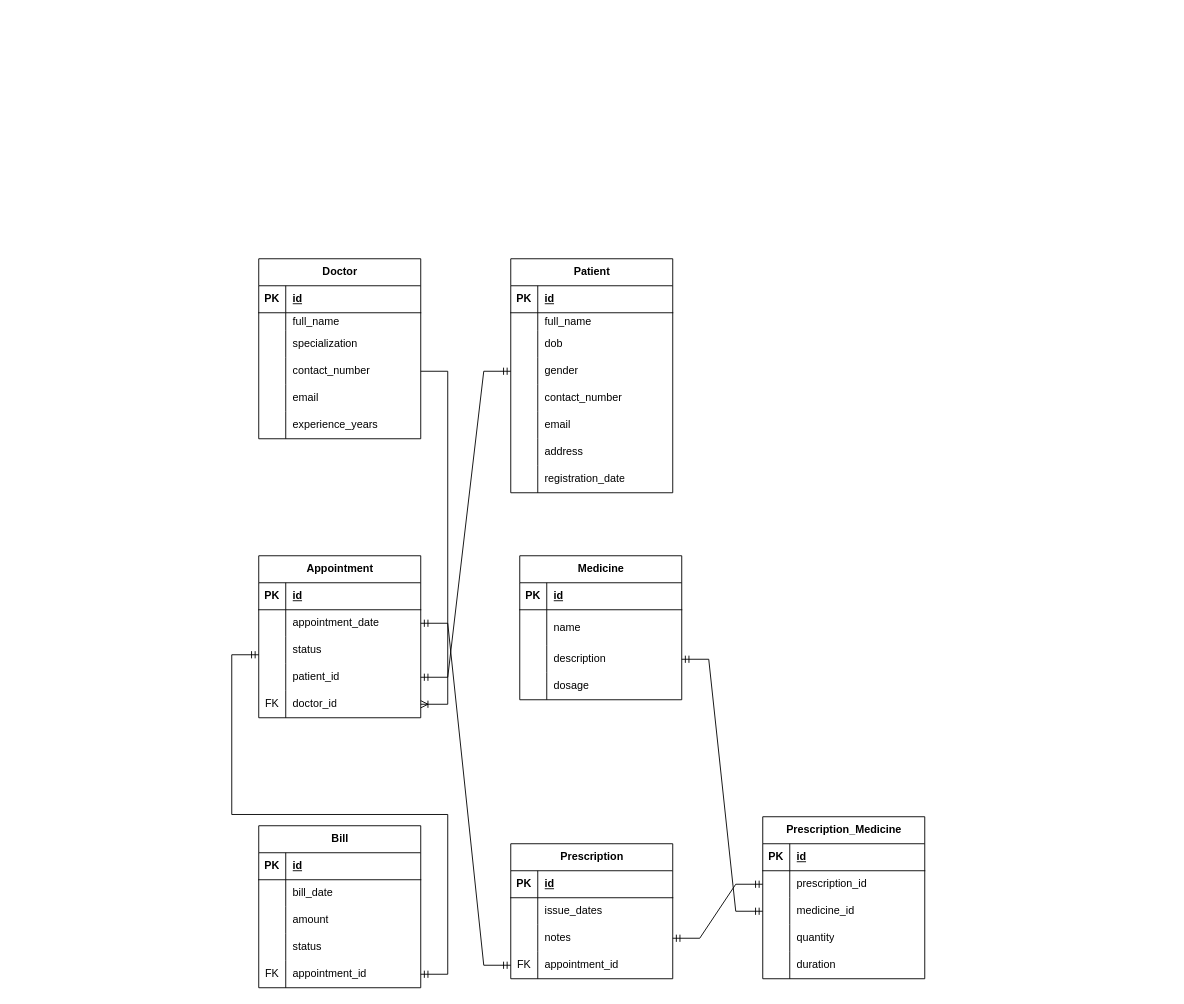
The draw.io diagram Untitled Diagram.drawio in trinshika/Relationship, before the edit. Source tidied: cells renumbered, new cells numbered last; positions are measured from the earlier drawing's top-left corner, leaving out a move shared by most shapes. Both pictures are drawn from the tidied source at 90%, with x=0, y=0 at pixel (141, 258).
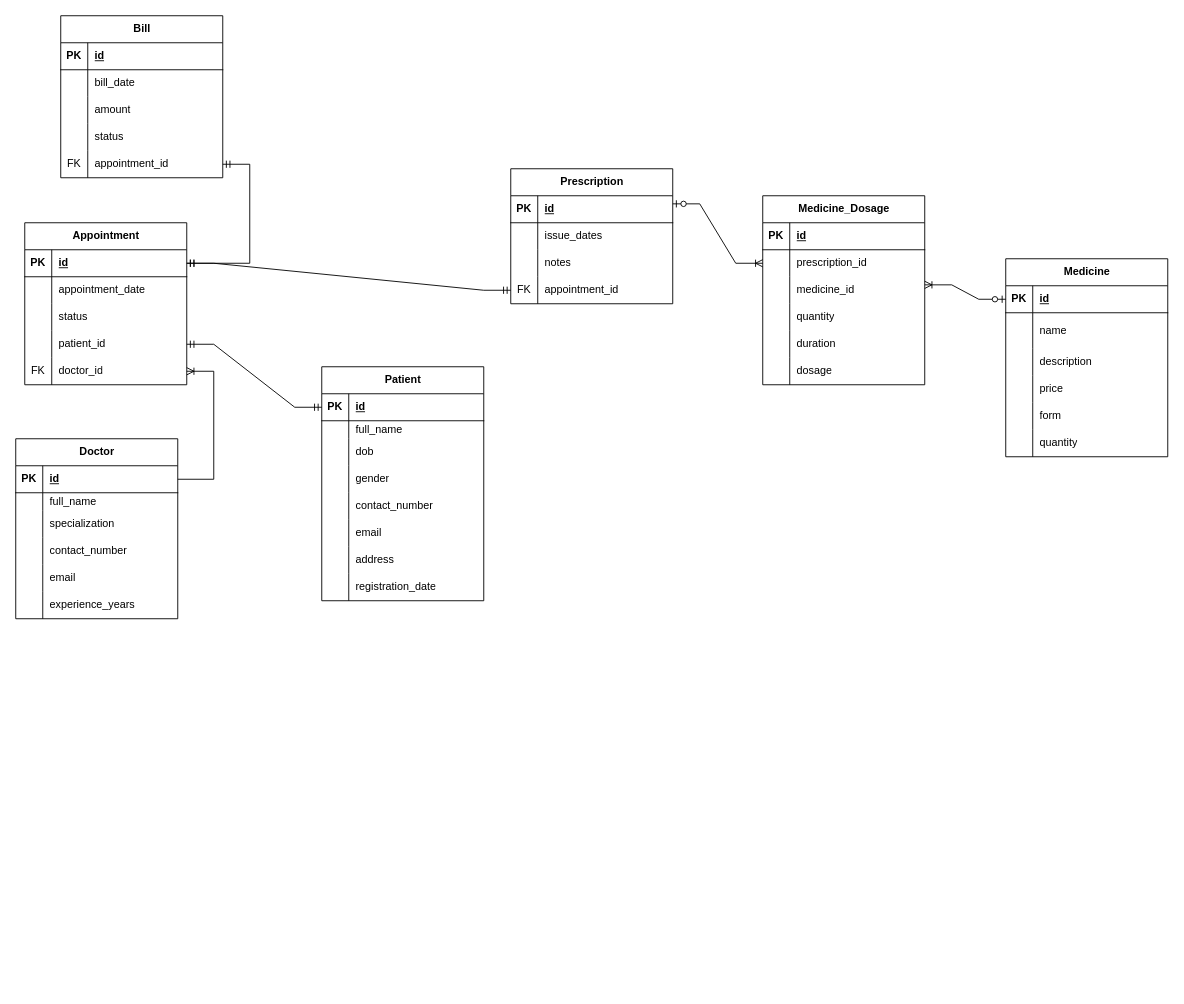
After the change.

The change refers to these unchanged cells:
```xml
<mxCell id="3" style="shape=tableRow;horizontal=0;startSize=0;swimlaneHead=0;swimlaneBody=0;fillColor=none;points=[[0,0.5],[1,0.5]];portConstraint=eastwest;top=0;left=0;right=0;bottom=1;" parent="2" vertex="1">
  <mxGeometry y="30" width="180" height="30" as="geometry" />
</mxCell>
<mxCell id="12" style="shape=tableRow;horizontal=0;startSize=0;swimlaneHead=0;swimlaneBody=0;fillColor=none;points=[[0,0.5],[1,0.5]];portConstraint=eastwest;top=0;left=0;right=0;bottom=0;" parent="2" vertex="1">
  <mxGeometry y="110" width="180" height="30" as="geometry" />
</mxCell>
<mxCell id="28" style="shape=tableRow;horizontal=0;startSize=0;swimlaneHead=0;swimlaneBody=0;fillColor=none;points=[[0,0.5],[1,0.5]];portConstraint=eastwest;top=0;left=0;right=0;bottom=1;" parent="27" vertex="1">
  <mxGeometry y="30" width="180" height="30" as="geometry" />
</mxCell>
<mxCell id="37" style="shape=tableRow;horizontal=0;startSize=0;swimlaneHead=0;swimlaneBody=0;fillColor=none;points=[[0,0.5],[1,0.5]];portConstraint=eastwest;top=0;left=0;right=0;bottom=0;" parent="27" vertex="1">
  <mxGeometry y="110" width="180" height="30" as="geometry" />
</mxCell>
<mxCell id="47" style="shape=tableRow;horizontal=0;startSize=0;swimlaneHead=0;swimlaneBody=0;fillColor=none;points=[[0,0.5],[1,0.5]];portConstraint=eastwest;top=0;left=0;right=0;bottom=1;" parent="46" vertex="1">
  <mxGeometry y="30" width="180" height="30" as="geometry" />
</mxCell>
<mxCell id="50" style="shape=tableRow;horizontal=0;startSize=0;swimlaneHead=0;swimlaneBody=0;fillColor=none;points=[[0,0.5],[1,0.5]];portConstraint=eastwest;top=0;left=0;right=0;bottom=0;" parent="46" vertex="1">
  <mxGeometry y="60" width="180" height="30" as="geometry" />
</mxCell>
<mxCell id="56" style="shape=tableRow;horizontal=0;startSize=0;swimlaneHead=0;swimlaneBody=0;fillColor=none;points=[[0,0.5],[1,0.5]];portConstraint=eastwest;top=0;left=0;right=0;bottom=0;" parent="46" vertex="1">
  <mxGeometry y="120" width="180" height="30" as="geometry" />
</mxCell>
<mxCell id="59" style="shape=tableRow;horizontal=0;startSize=0;swimlaneHead=0;swimlaneBody=0;fillColor=none;points=[[0,0.5],[1,0.5]];portConstraint=eastwest;top=0;left=0;right=0;bottom=0;" parent="46" vertex="1">
  <mxGeometry y="150" width="180" height="30" as="geometry" />
</mxCell>
<mxCell id="63" style="shape=tableRow;horizontal=0;startSize=0;swimlaneHead=0;swimlaneBody=0;fillColor=none;points=[[0,0.5],[1,0.5]];portConstraint=eastwest;top=0;left=0;right=0;bottom=1;" parent="62" vertex="1">
  <mxGeometry y="30" width="180" height="30" as="geometry" />
</mxCell>
<mxCell id="69" style="shape=tableRow;horizontal=0;startSize=0;swimlaneHead=0;swimlaneBody=0;fillColor=none;points=[[0,0.5],[1,0.5]];portConstraint=eastwest;top=0;left=0;right=0;bottom=0;" parent="62" vertex="1">
  <mxGeometry y="90" width="180" height="30" as="geometry" />
</mxCell>
<mxCell id="72" style="shape=tableRow;horizontal=0;startSize=0;swimlaneHead=0;swimlaneBody=0;fillColor=none;points=[[0,0.5],[1,0.5]];portConstraint=eastwest;top=0;left=0;right=0;bottom=0;" parent="62" vertex="1">
  <mxGeometry y="120" width="180" height="30" as="geometry" />
</mxCell>
<mxCell id="76" style="shape=tableRow;horizontal=0;startSize=0;swimlaneHead=0;swimlaneBody=0;fillColor=none;points=[[0,0.5],[1,0.5]];portConstraint=eastwest;top=0;left=0;right=0;bottom=1;" parent="75" vertex="1">
  <mxGeometry y="30" width="180" height="30" as="geometry" />
</mxCell>
<mxCell id="82" style="shape=tableRow;horizontal=0;startSize=0;swimlaneHead=0;swimlaneBody=0;fillColor=none;points=[[0,0.5],[1,0.5]];portConstraint=eastwest;top=0;left=0;right=0;bottom=0;" parent="75" vertex="1">
  <mxGeometry y="100" width="180" height="30" as="geometry" />
</mxCell>
<mxCell id="85" style="shape=tableRow;horizontal=0;startSize=0;swimlaneHead=0;swimlaneBody=0;fillColor=none;top=0;left=0;right=0;bottom=0;" parent="75" vertex="1">
  <mxGeometry y="130" width="180" height="30" as="geometry" />
</mxCell>
<mxCell id="92" style="shape=tableRow;horizontal=0;startSize=0;swimlaneHead=0;swimlaneBody=0;fillColor=none;points=[[0,0.5],[1,0.5]];portConstraint=eastwest;top=0;left=0;right=0;bottom=0;" parent="88" vertex="1">
  <mxGeometry y="60" width="180" height="30" as="geometry" />
</mxCell>
<mxCell id="95" style="shape=tableRow;horizontal=0;startSize=0;swimlaneHead=0;swimlaneBody=0;fillColor=none;points=[[0,0.5],[1,0.5]];portConstraint=eastwest;top=0;left=0;right=0;bottom=0;" parent="88" vertex="1">
  <mxGeometry y="90" width="180" height="30" as="geometry" />
</mxCell>
<mxCell id="117" style="shape=tableRow;horizontal=0;startSize=0;swimlaneHead=0;swimlaneBody=0;fillColor=none;points=[[0,0.5],[1,0.5]];portConstraint=eastwest;top=0;left=0;right=0;bottom=0;" parent="104" vertex="1">
  <mxGeometry y="150" width="180" height="30" as="geometry" />
</mxCell>
```

The edit, as a diff of the source:
```diff
@@
     <mxCell id="2" value="Patient" style="shape=table;startSize=30;childLayout=tableLayout;rowLines=0;fontStyle=1;align=center;html=1;" parent="1" vertex="1">
-      <mxGeometry x="410" width="180" height="260" as="geometry" />
+      <mxGeometry x="200" y="120" width="180" height="260" as="geometry" />
     </mxCell>
@@
     <mxCell id="27" value="Doctor" style="shape=table;startSize=30;childLayout=tableLayout;rowLines=0;fontStyle=1;align=center;html=1;" parent="1" vertex="1">
-      <mxGeometry x="130" width="180" height="200" as="geometry" />
+      <mxGeometry x="-140" y="200" width="180" height="200" as="geometry" />
     </mxCell>
@@
     <mxCell id="46" value="Appointment" style="shape=table;startSize=30;childLayout=tableLayout;rowLines=0;fontStyle=1;align=center;html=1;" parent="1" vertex="1">
-      <mxGeometry x="130" y="330" width="180" height="180" as="geometry" />
+      <mxGeometry x="-130" y="-40" width="180" height="180" as="geometry" />
     </mxCell>
@@
     <mxCell id="62" value="Prescription" style="shape=table;startSize=30;childLayout=tableLayout;rowLines=0;fontStyle=1;align=center;html=1;" parent="1" vertex="1">
-      <mxGeometry x="410" y="650" width="180" height="150" as="geometry" />
+      <mxGeometry x="410" y="-100" width="180" height="150" as="geometry" />
     </mxCell>
@@
     <mxCell id="75" value="Medicine" style="shape=table;startSize=30;childLayout=tableLayout;rowLines=0;fontStyle=1;align=center;html=1;" parent="1" vertex="1">
-      <mxGeometry x="420" y="330" width="180" height="160" as="geometry" />
+      <mxGeometry x="960" width="180" height="220" as="geometry" />
     </mxCell>
@@
-    <mxCell id="86" style="shape=partialRectangle;fillColor=none;top=0;left=0;bottom=0;right=0;overflow=hidden;whiteSpace=wrap;html=1;" parent="85" vertex="1">
-      <mxGeometry width="30" height="30" as="geometry" />
-    </mxCell>
-    <mxCell id="87" value="dosage" style="shape=partialRectangle;fillColor=none;top=0;left=0;bottom=0;right=0;align=left;spacingLeft=6;overflow=hidden;whiteSpace=wrap;html=1;" parent="85" vertex="1">
-      <mxGeometry x="30" width="150" height="30" as="geometry" />
-    </mxCell>
+    <mxCell id="126" style="shape=partialRectangle;fillColor=none;top=0;left=0;bottom=0;right=0;overflow=hidden;whiteSpace=wrap;html=1;" parent="85" vertex="1">
+      <mxGeometry width="30" height="30" as="geometry" />
+    </mxCell>
+    <mxCell id="127" value="price" style="shape=partialRectangle;fillColor=none;top=0;left=0;bottom=0;right=0;align=left;spacingLeft=6;overflow=hidden;whiteSpace=wrap;html=1;" parent="85" vertex="1">
+      <mxGeometry x="30" width="150" height="30" as="geometry" />
+    </mxCell>
+    <mxCell id="128" style="shape=tableRow;horizontal=0;startSize=0;swimlaneHead=0;swimlaneBody=0;fillColor=none;top=0;left=0;right=0;bottom=0;" parent="75" vertex="1">
+      <mxGeometry y="160" width="180" height="30" as="geometry" />
+    </mxCell>
+    <mxCell id="129" style="shape=partialRectangle;fillColor=none;top=0;left=0;bottom=0;right=0;overflow=hidden;whiteSpace=wrap;html=1;" parent="128" vertex="1">
+      <mxGeometry width="30" height="30" as="geometry" />
+    </mxCell>
+    <mxCell id="130" value="form" style="shape=partialRectangle;fillColor=none;top=0;left=0;bottom=0;right=0;align=left;spacingLeft=6;overflow=hidden;whiteSpace=wrap;html=1;" parent="128" vertex="1">
+      <mxGeometry x="30" width="150" height="30" as="geometry" />
+    </mxCell>
+    <mxCell id="131" style="shape=tableRow;horizontal=0;startSize=0;swimlaneHead=0;swimlaneBody=0;fillColor=none;top=0;left=0;right=0;bottom=0;" parent="75" vertex="1">
+      <mxGeometry y="190" width="180" height="30" as="geometry" />
+    </mxCell>
+    <mxCell id="132" style="shape=partialRectangle;fillColor=none;top=0;left=0;bottom=0;right=0;overflow=hidden;whiteSpace=wrap;html=1;" parent="131" vertex="1">
+      <mxGeometry width="30" height="30" as="geometry" />
+    </mxCell>
+    <mxCell id="133" value="quantity" style="shape=partialRectangle;fillColor=none;top=0;left=0;bottom=0;right=0;align=left;spacingLeft=6;overflow=hidden;whiteSpace=wrap;html=1;" parent="131" vertex="1">
+      <mxGeometry x="30" width="150" height="30" as="geometry" />
+    </mxCell>
-    <mxCell id="88" value="Prescription_Medicine" style="shape=table;startSize=30;childLayout=tableLayout;rowLines=0;fontStyle=1;align=center;html=1;" parent="1" vertex="1">
-      <mxGeometry x="690" y="620" width="180" height="180" as="geometry" />
+    <mxCell id="88" value="Medicine_Dosage" style="shape=table;startSize=30;childLayout=tableLayout;rowLines=0;fontStyle=1;align=center;html=1;" parent="1" vertex="1">
+      <mxGeometry x="690" y="-70" width="180" height="210" as="geometry" />
     </mxCell>
@@
+    <mxCell id="134" style="shape=tableRow;horizontal=0;startSize=0;swimlaneHead=0;swimlaneBody=0;fillColor=none;top=0;left=0;right=0;bottom=0;" parent="88" vertex="1">
+      <mxGeometry y="180" width="180" height="30" as="geometry" />
+    </mxCell>
+    <mxCell id="135" style="shape=partialRectangle;fillColor=none;top=0;left=0;bottom=0;right=0;overflow=hidden;whiteSpace=wrap;html=1;" parent="134" vertex="1">
+      <mxGeometry width="30" height="30" as="geometry" />
+    </mxCell>
+    <mxCell id="87" value="dosage" style="shape=partialRectangle;fillColor=none;top=0;left=0;bottom=0;right=0;align=left;spacingLeft=6;overflow=hidden;whiteSpace=wrap;html=1;" parent="134" vertex="1">
+      <mxGeometry x="30" width="150" height="30" as="geometry" />
+    </mxCell>
     <mxCell id="104" value="Bill" style="shape=table;startSize=30;childLayout=tableLayout;rowLines=0;fontStyle=1;align=center;html=1;" parent="1" vertex="1">
-      <mxGeometry x="130" y="630" width="180" height="180" as="geometry" />
+      <mxGeometry x="-90" y="-270" width="180" height="180" as="geometry" />
     </mxCell>
@@
-    <mxCell id="120" style="edgeStyle=entityRelationEdgeStyle;fontSize=12;html=1;endArrow=ERoneToMany;rounded=0;exitX=1;exitY=0.5;exitDx=0;exitDy=0;" parent="1" edge="1" source="37" target="59">
+    <mxCell id="120" style="edgeStyle=entityRelationEdgeStyle;fontSize=12;html=1;endArrow=ERoneToMany;rounded=0;exitX=1;exitY=0.5;exitDx=0;exitDy=0;" parent="1" edge="1" source="28" target="59">
       <mxGeometry relative="1" as="geometry">
         <Array as="points">
           <mxPoint x="460" y="310" />
         </Array>
       </mxGeometry>
     </mxCell>
-    <mxCell id="121" style="edgeStyle=entityRelationEdgeStyle;fontSize=12;html=1;endArrow=ERmandOne;startArrow=ERmandOne;rounded=0;entryX=0;entryY=0.5;entryDx=0;entryDy=0;" parent="1" edge="1" source="56" target="12">
+    <mxCell id="121" style="edgeStyle=entityRelationEdgeStyle;fontSize=12;html=1;endArrow=ERmandOne;startArrow=ERmandOne;rounded=0;" parent="1" edge="1" source="56" target="3">
       <mxGeometry relative="1" as="geometry">
         <Array as="points">
           <mxPoint x="390" y="300" />
           <mxPoint x="380" y="290" />
           <mxPoint x="370" y="300" />
           <mxPoint x="380" y="290" />
         </Array>
       </mxGeometry>
     </mxCell>
-    <mxCell id="122" style="edgeStyle=entityRelationEdgeStyle;fontSize=12;html=1;endArrow=ERmandOne;startArrow=ERmandOne;rounded=0;exitX=1;exitY=0.5;exitDx=0;exitDy=0;" parent="1" edge="1" source="50" target="72">
+    <mxCell id="122" style="edgeStyle=entityRelationEdgeStyle;fontSize=12;html=1;endArrow=ERmandOne;startArrow=ERmandOne;rounded=0;" parent="1" edge="1" source="47" target="72">
       <mxGeometry relative="1" as="geometry">
         <Array as="points">
           <mxPoint x="320" y="420" />
           <mxPoint x="380" y="580" />
           <mxPoint x="390" y="570" />
           <mxPoint x="420" y="590" />
           <mxPoint x="390" y="570" />
         </Array>
       </mxGeometry>
     </mxCell>
-    <mxCell id="123" style="edgeStyle=entityRelationEdgeStyle;fontSize=12;html=1;endArrow=ERmandOne;startArrow=ERmandOne;rounded=0;exitX=1;exitY=0.5;exitDx=0;exitDy=0;" parent="1" edge="1" source="69" target="92">
-      <mxGeometry relative="1" as="geometry">
-        <Array as="points">
-          <mxPoint x="630" y="750" />
-          <mxPoint x="530" y="580" />
-          <mxPoint x="520" y="610" />
-        </Array>
-      </mxGeometry>
-    </mxCell>
-    <mxCell id="124" style="edgeStyle=entityRelationEdgeStyle;fontSize=12;html=1;endArrow=ERmandOne;startArrow=ERmandOne;rounded=0;exitX=1;exitY=0.5;exitDx=0;exitDy=0;" parent="1" edge="1" source="82" target="95">
-      <mxGeometry relative="1" as="geometry">
-        <Array as="points">
-          <mxPoint x="670" y="600" />
-        </Array>
-      </mxGeometry>
-    </mxCell>
-    <mxCell id="125" style="edgeStyle=entityRelationEdgeStyle;fontSize=12;html=1;endArrow=ERmandOne;startArrow=ERmandOne;rounded=0;" parent="1" edge="1" source="117">
+    <mxCell id="125" style="edgeStyle=entityRelationEdgeStyle;fontSize=12;html=1;endArrow=ERmandOne;startArrow=ERmandOne;rounded=0;" parent="1" edge="1" source="117" target="47">
       <mxGeometry relative="1" as="geometry">
-        <mxPoint x="130" y="440" as="targetPoint" />
         <Array as="points">
           <mxPoint y="490" />
           <mxPoint x="90" y="480" />
         </Array>
       </mxGeometry>
     </mxCell>
+    <mxCell id="136" style="edgeStyle=entityRelationEdgeStyle;fontSize=12;html=1;endArrow=ERoneToMany;startArrow=ERzeroToOne;rounded=0;exitX=1;exitY=0.3;exitDx=0;exitDy=0;exitPerimeter=0;" parent="1" edge="1" source="63" target="92">
+      <mxGeometry relative="1" as="geometry" />
+    </mxCell>
+    <mxCell id="137" style="edgeStyle=entityRelationEdgeStyle;fontSize=12;html=1;endArrow=ERoneToMany;startArrow=ERzeroToOne;rounded=0;exitX=0;exitY=0.5;exitDx=0;exitDy=0;entryX=1;entryY=0.3;entryDx=0;entryDy=0;entryPerimeter=0;" parent="1" edge="1" source="76" target="95">
+      <mxGeometry relative="1" as="geometry" />
+    </mxCell>
```
